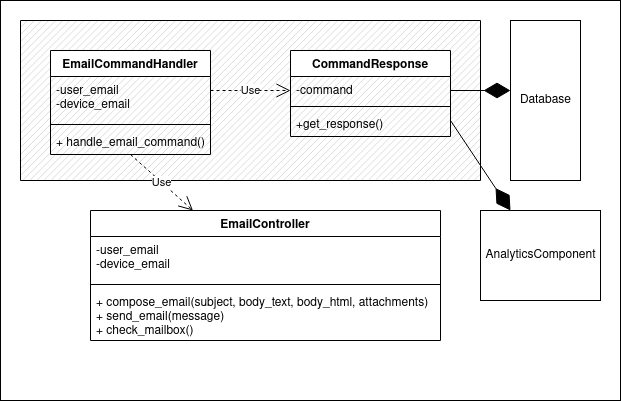
home-suite-home/Home-Suite-Home keeps this draw.io diagram as artifacts/assets/EmailCommandHandler_class.png. Above is the earlier version. Source tidied: cells renumbered, new cells last; positions are measured from the earlier drawing's top-left corner, leaving out a move shared by most shapes. Its diagram source:
```xml
<mxGraphModel>
  <root>
    <mxCell id="0" />
    <mxCell id="1" parent="0" />
    <mxCell id="2" style="rounded=0;whiteSpace=wrap;html=1;" parent="1" vertex="1">
      <mxGeometry width="620" height="400" as="geometry" />
    </mxCell>
    <mxCell id="3" style="verticalLabelPosition=bottom;verticalAlign=top;html=1;shape=mxgraph.basic.patternFillRect;fillStyle=diag;step=5;fillStrokeWidth=0.2;fillStrokeColor=#dddddd;" parent="1" vertex="1">
      <mxGeometry x="20" y="20" width="460" height="160" as="geometry" />
    </mxCell>
    <mxCell id="4" value="EmailCommandHandler" style="swimlane;fontStyle=1;align=center;verticalAlign=top;horizontal=1;startSize=26;" parent="1" vertex="1">
      <mxGeometry x="50" y="50" width="160" height="104" as="geometry" />
    </mxCell>
    <mxCell id="5" value="-user_email&#10;-device_email&#10;" style="text;align=left;verticalAlign=top;spacingLeft=4;spacingRight=4;overflow=hidden;" parent="4" vertex="1">
      <mxGeometry y="26" width="160" height="44" as="geometry" />
    </mxCell>
    <mxCell id="6" style="line;strokeWidth=1;fillColor=none;align=left;verticalAlign=middle;spacingTop=-1;spacingLeft=3;spacingRight=3;labelPosition=right;" parent="4" vertex="1">
      <mxGeometry y="70" width="160" height="8" as="geometry" />
    </mxCell>
    <mxCell id="7" value="+ handle_email_command()" style="text;align=left;verticalAlign=top;spacingLeft=4;spacingRight=4;overflow=hidden;" parent="4" vertex="1">
      <mxGeometry y="78" width="160" height="26" as="geometry" />
    </mxCell>
    <mxCell id="8" value="Use" style="endArrow=open;endSize=12;dashed=1;html=1;" parent="1" edge="1">
      <mxGeometry relative="1" as="geometry">
        <mxPoint x="210" y="90" as="sourcePoint" />
        <mxPoint x="290" y="90" as="targetPoint" />
      </mxGeometry>
    </mxCell>
    <mxCell id="9" value="EmailController" style="swimlane;fontStyle=1;align=center;verticalAlign=top;horizontal=1;startSize=26;" parent="1" vertex="1">
      <mxGeometry x="90" y="210" width="350" height="130" as="geometry" />
    </mxCell>
    <mxCell id="10" value="-user_email&#10;-device_email&#10;" style="text;strokeColor=none;fillColor=none;align=left;verticalAlign=top;spacingLeft=4;spacingRight=4;overflow=hidden;" parent="9" vertex="1">
      <mxGeometry y="26" width="350" height="44" as="geometry" />
    </mxCell>
    <mxCell id="11" style="line;strokeWidth=1;fillColor=none;align=left;verticalAlign=middle;spacingTop=-1;spacingLeft=3;spacingRight=3;labelPosition=right;" parent="9" vertex="1">
      <mxGeometry y="70" width="350" height="8" as="geometry" />
    </mxCell>
    <mxCell id="12" value="+ compose_email(subject, body_text, body_html, attachments)&#10;+ send_email(message)&#10;+ check_mailbox()&#10;" style="text;strokeColor=none;fillColor=none;align=left;verticalAlign=top;spacingLeft=4;spacingRight=4;overflow=hidden;" parent="9" vertex="1">
      <mxGeometry y="78" width="350" height="52" as="geometry" />
    </mxCell>
    <mxCell id="13" value="CommandResponse" style="swimlane;fontStyle=1;align=center;verticalAlign=top;horizontal=1;startSize=26;" parent="1" vertex="1">
      <mxGeometry x="290" y="50" width="160" height="86" as="geometry" />
    </mxCell>
    <mxCell id="14" value="-command" style="text;strokeColor=none;fillColor=none;align=left;verticalAlign=top;spacingLeft=4;spacingRight=4;overflow=hidden;" parent="13" vertex="1">
      <mxGeometry y="26" width="160" height="26" as="geometry" />
    </mxCell>
    <mxCell id="15" style="line;strokeWidth=1;fillColor=none;align=left;verticalAlign=middle;spacingTop=-1;spacingLeft=3;spacingRight=3;labelPosition=right;" parent="13" vertex="1">
      <mxGeometry y="52" width="160" height="8" as="geometry" />
    </mxCell>
    <mxCell id="16" value="+get_response()&#10;" style="text;strokeColor=none;fillColor=none;align=left;verticalAlign=top;spacingLeft=4;spacingRight=4;overflow=hidden;" parent="13" vertex="1">
      <mxGeometry y="60" width="160" height="26" as="geometry" />
    </mxCell>
    <mxCell id="17" value="Use" style="endArrow=open;endSize=12;dashed=1;html=1;" parent="1" edge="1" target="9">
      <mxGeometry relative="1" as="geometry">
        <mxPoint x="130" y="154" as="sourcePoint" />
      </mxGeometry>
    </mxCell>
    <mxCell id="18" value="Database" style="html=1;direction=south;" parent="1" vertex="1">
      <mxGeometry x="510" y="20" width="70" height="160" as="geometry" />
    </mxCell>
    <mxCell id="19" style="endArrow=diamondThin;endFill=1;endSize=24;html=1;" parent="1" edge="1">
      <mxGeometry relative="1" as="geometry">
        <mxPoint x="450" y="90" as="sourcePoint" />
        <mxPoint x="510" y="90" as="targetPoint" />
      </mxGeometry>
    </mxCell>
    <mxCell id="20" value="AnalyticsComponent" style="html=1;" parent="1" vertex="1">
      <mxGeometry x="480" y="210" width="120" height="90" as="geometry" />
    </mxCell>
    <mxCell id="21" style="endArrow=diamondThin;endFill=1;endSize=24;html=1;" parent="1" edge="1" target="20">
      <mxGeometry relative="1" as="geometry">
        <mxPoint x="450" y="120" as="sourcePoint" />
      </mxGeometry>
    </mxCell>
  </root>
</mxGraphModel>
```
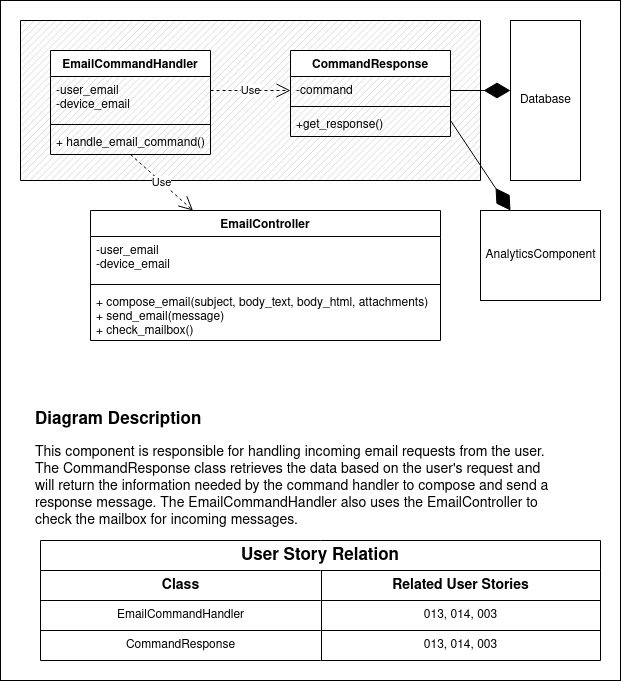
Later version of the same file.

Commit message:
added class diagrams for EmailCommandHandler and AnalyticsComponent

What changed in the source:
```diff
@@ -3,7 +3,7 @@
     <mxCell id="0" />
     <mxCell id="1" parent="0" />
     <mxCell id="2" style="rounded=0;whiteSpace=wrap;html=1;" parent="1" vertex="1">
-      <mxGeometry width="620" height="400" as="geometry" />
+      <mxGeometry width="620" height="680" as="geometry" />
     </mxCell>
     <mxCell id="3" style="verticalLabelPosition=bottom;verticalAlign=top;html=1;shape=mxgraph.basic.patternFillRect;fillStyle=diag;step=5;fillStrokeWidth=0.2;fillStrokeColor=#dddddd;" parent="1" vertex="1">
       <mxGeometry x="20" y="20" width="460" height="160" as="geometry" />
@@ -72,5 +72,38 @@
         <mxPoint x="450" y="120" as="sourcePoint" />
       </mxGeometry>
     </mxCell>
+    <mxCell id="22" value="&lt;b&gt;Diagram Description&lt;/b&gt;&lt;br&gt;&lt;p style=&quot;font-size: 14px&quot;&gt;This component is responsible for handling incoming email requests from the user. The CommandResponse class retrieves the data based on the user's request and will return the information needed by the command handler to compose and send a response message. The EmailCommandHandler also uses the EmailController to check the mailbox for incoming messages.&lt;br&gt;&lt;/p&gt;" style="text;html=1;strokeColor=none;fillColor=none;spacing=5;spacingTop=-20;whiteSpace=wrap;overflow=hidden;rounded=0;fontSize=17;" parent="1" vertex="1">
+      <mxGeometry x="30" y="420" width="530" height="110" as="geometry" />
+    </mxCell>
+    <mxCell id="23" value="User Story Relation" style="shape=table;html=1;whiteSpace=wrap;startSize=30;fontStyle=1;align=center;fontSize=17;" parent="1" vertex="1">
+      <mxGeometry x="40" y="540" width="560" height="120" as="geometry" />
+    </mxCell>
+    <mxCell id="24" style="shape=partialRectangle;html=1;whiteSpace=wrap;fillColor=none;top=0;left=0;bottom=0;right=0;" parent="23" vertex="1">
+      <mxGeometry y="30" width="560" height="30" as="geometry" />
+    </mxCell>
+    <mxCell id="25" value="&lt;font style=&quot;font-size: 14px&quot;&gt;&lt;b&gt;Class&lt;/b&gt;&lt;/font&gt;" style="shape=partialRectangle;html=1;whiteSpace=wrap;fillColor=none;top=0;left=0;bottom=0;right=0;overflow=hidden;" parent="24" vertex="1">
+      <mxGeometry width="281" height="30" as="geometry" />
+    </mxCell>
+    <mxCell id="26" value="Related User Stories" style="shape=partialRectangle;html=1;whiteSpace=wrap;fillColor=none;top=0;left=0;bottom=0;right=0;overflow=hidden;fontStyle=1;fontSize=14;" parent="24" vertex="1">
+      <mxGeometry x="281" width="279" height="30" as="geometry" />
+    </mxCell>
+    <mxCell id="27" style="shape=partialRectangle;html=1;whiteSpace=wrap;fillColor=none;top=0;left=0;bottom=0;right=0;" parent="23" vertex="1">
+      <mxGeometry y="60" width="560" height="30" as="geometry" />
+    </mxCell>
+    <mxCell id="28" value="EmailCommandHandler" style="shape=partialRectangle;html=1;whiteSpace=wrap;fillColor=none;top=0;left=0;bottom=0;right=0;overflow=hidden;" parent="27" vertex="1">
+      <mxGeometry width="281" height="30" as="geometry" />
+    </mxCell>
+    <mxCell id="29" value="013, 014, 003" style="shape=partialRectangle;html=1;whiteSpace=wrap;fillColor=none;top=0;left=0;bottom=0;right=0;overflow=hidden;" parent="27" vertex="1">
+      <mxGeometry x="281" width="279" height="30" as="geometry" />
+    </mxCell>
+    <mxCell id="30" style="shape=partialRectangle;html=1;whiteSpace=wrap;fillColor=none;top=0;left=0;bottom=0;right=0;" parent="23" vertex="1">
+      <mxGeometry y="90" width="560" height="30" as="geometry" />
+    </mxCell>
+    <mxCell id="31" value="CommandResponse" style="shape=partialRectangle;html=1;whiteSpace=wrap;fillColor=none;top=0;left=0;bottom=0;right=0;overflow=hidden;" parent="30" vertex="1">
+      <mxGeometry width="281" height="30" as="geometry" />
+    </mxCell>
+    <mxCell id="32" value="013, 014, 003" style="shape=partialRectangle;html=1;whiteSpace=wrap;fillColor=none;top=0;left=0;bottom=0;right=0;overflow=hidden;" parent="30" vertex="1">
+      <mxGeometry x="281" width="279" height="30" as="geometry" />
+    </mxCell>
   </root>
 </mxGraphModel>
```
